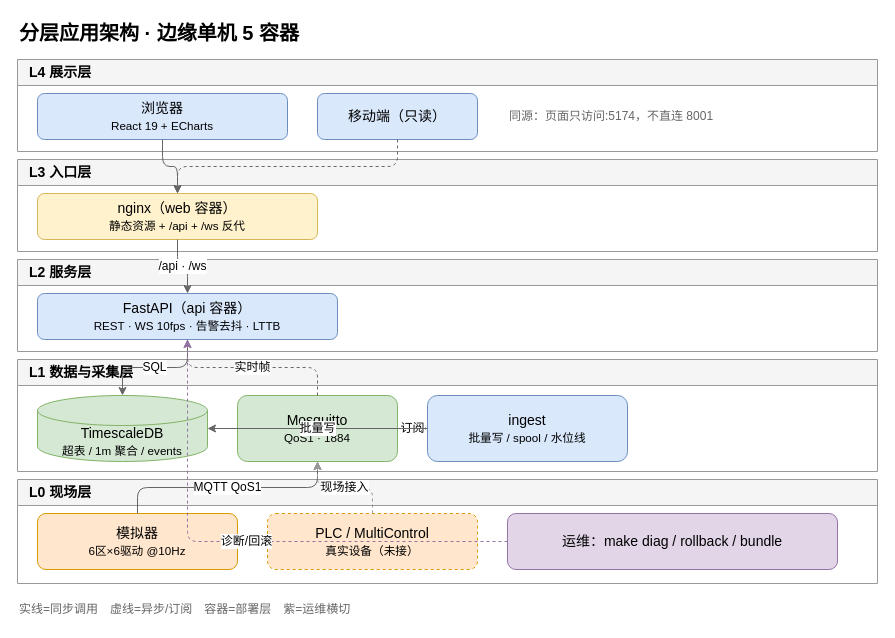
Before: docs/design/diagrams/架构-分层.drawio in wujunyu/Interroll-poc, a draw.io diagram. Source tidied: cells renumbered, new cells numbered last; positions are measured from the earlier drawing's top-left corner, leaving out a move shared by most shapes. Both pictures are drawn from the tidied source at 100%, with x=0, y=0 at pixel (17, 17).
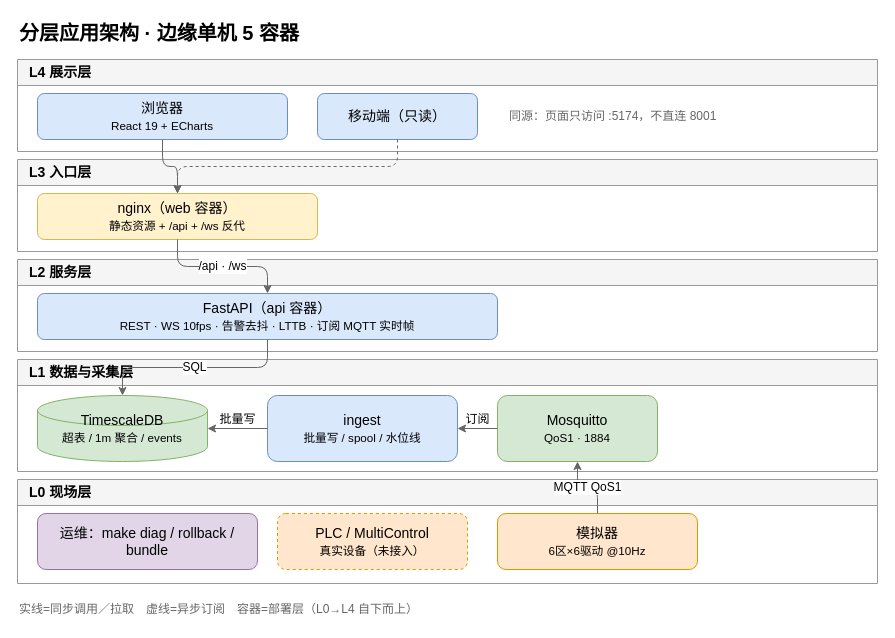
The same diagram, later.

Commit message (it also covers changes not shown here):
docs(diagrams): 两张架构图重新排布 + 导出 PNG，并上传 dufs

Unchanged cells that the change refers to:
```xml
<mxCell id="3" value="L4 展示层" style="swimlane;startSize=26;fillColor=#f5f5f5;strokeColor=#999999;html=1;fontSize=14;fontStyle=1;align=left;spacingLeft=10;verticalAlign=middle;" parent="1" vertex="1">
  <mxGeometry y="42" width="860" height="92" as="geometry" />
</mxCell>
<mxCell id="8" value="nginx（web 容器）&lt;br&gt;&lt;small&gt;静态资源 + /api + /ws 反代&lt;/small&gt;" style="rounded=1;whiteSpace=wrap;html=1;fontSize=14;fillColor=#fff2cc;strokeColor=#d6b656;" parent="7" vertex="1">
  <mxGeometry x="20" y="34" width="280" height="46" as="geometry" />
</mxCell>
<mxCell id="9" value="L2 服务层" style="swimlane;startSize=26;fillColor=#f5f5f5;strokeColor=#999999;html=1;fontSize=14;fontStyle=1;align=left;spacingLeft=10;verticalAlign=middle;" parent="1" vertex="1">
  <mxGeometry y="242" width="860" height="92" as="geometry" />
</mxCell>
<mxCell id="11" value="L1 数据与采集层" style="swimlane;startSize=26;fillColor=#f5f5f5;strokeColor=#999999;html=1;fontSize=14;fontStyle=1;align=left;spacingLeft=10;verticalAlign=middle;" parent="1" vertex="1">
  <mxGeometry y="342" width="860" height="112" as="geometry" />
</mxCell>
<mxCell id="15" value="L0 现场层" style="swimlane;startSize=26;fillColor=#f5f5f5;strokeColor=#999999;html=1;fontSize=14;fontStyle=1;align=left;spacingLeft=10;verticalAlign=middle;" parent="1" vertex="1">
  <mxGeometry y="462" width="860" height="104" as="geometry" />
</mxCell>
```

What changed in the source:
```diff
@@
-    <mxCell id="6" value="同源：页面只访问:5174，不直连 8001" style="text;html=1;fontSize=12;fontColor=#666666;align=left;verticalAlign=middle;" parent="3" vertex="1">
+    <mxCell id="6" value="同源：页面只访问 :5174，不直连 8001" style="text;html=1;fontSize=12;fontColor=#666666;align=left;verticalAlign=middle;" parent="3" vertex="1">
       <mxGeometry x="490" y="34" width="350" height="46" as="geometry" />
     </mxCell>
@@
-    <mxCell id="10" value="FastAPI（api 容器）&lt;br&gt;&lt;small&gt;REST · WS 10fps · 告警去抖 · LTTB&lt;/small&gt;" style="rounded=1;whiteSpace=wrap;html=1;fontSize=14;fillColor=#dae8fc;strokeColor=#6c8ebf;" parent="9" vertex="1">
-      <mxGeometry x="20" y="34" width="300" height="46" as="geometry" />
+    <mxCell id="10" value="FastAPI（api 容器）&lt;br&gt;&lt;small&gt;REST · WS 10fps · 告警去抖 · LTTB · 订阅 MQTT 实时帧&lt;/small&gt;" style="rounded=1;whiteSpace=wrap;html=1;fontSize=14;fillColor=#dae8fc;strokeColor=#6c8ebf;" parent="9" vertex="1">
+      <mxGeometry x="20" y="34" width="460" height="46" as="geometry" />
     </mxCell>
@@
-    <mxCell id="12" value="TimescaleDB&lt;br&gt;&lt;small&gt;超表 / 1m 聚合 / events&lt;/small&gt;" style="shape=cylinder3;whiteSpace=wrap;html=1;fontSize=14;fillColor=#d5e8d4;strokeColor=#82b366;boundedLbl=1;verticalAlign=middle;" parent="11" vertex="1">
+    <mxCell id="12" value="TimescaleDB&lt;br&gt;&lt;small&gt;超表 / 1m 聚合 / events&lt;/small&gt;" style="shape=cylinder3;whiteSpace=wrap;html=1;fontSize=14;fillColor=#d5e8d4;strokeColor=#82b366;" parent="11" vertex="1">
       <mxGeometry x="20" y="36" width="170" height="66" as="geometry" />
     </mxCell>
+    <mxCell id="14" value="ingest&lt;br&gt;&lt;small&gt;批量写 / spool / 水位线&lt;/small&gt;" style="rounded=1;whiteSpace=wrap;html=1;fontSize=14;fillColor=#dae8fc;strokeColor=#6c8ebf;" parent="11" vertex="1">
+      <mxGeometry x="250" y="36" width="190" height="66" as="geometry" />
+    </mxCell>
     <mxCell id="13" value="Mosquitto&lt;br&gt;&lt;small&gt;QoS1 · 1884&lt;/small&gt;" style="rounded=1;whiteSpace=wrap;html=1;fontSize=14;fillColor=#d5e8d4;strokeColor=#82b366;" parent="11" vertex="1">
-      <mxGeometry x="220" y="36" width="160" height="66" as="geometry" />
+      <mxGeometry x="480" y="36" width="160" height="66" as="geometry" />
     </mxCell>
-    <mxCell id="14" value="ingest&lt;br&gt;&lt;small&gt;批量写 / spool / 水位线&lt;/small&gt;" style="rounded=1;whiteSpace=wrap;html=1;fontSize=14;fillColor=#dae8fc;strokeColor=#6c8ebf;" parent="11" vertex="1">
-      <mxGeometry x="410" y="36" width="200" height="66" as="geometry" />
-    </mxCell>
@@
+    <mxCell id="18" value="运维：make diag / rollback / bundle" style="rounded=1;whiteSpace=wrap;html=1;fontSize=14;fillColor=#e1d5e7;strokeColor=#9673a6;" parent="15" vertex="1">
+      <mxGeometry x="20" y="34" width="220" height="56" as="geometry" />
+    </mxCell>
+    <mxCell id="17" value="PLC / MultiControl&lt;br&gt;&lt;small&gt;真实设备（未接入）&lt;/small&gt;" style="rounded=1;whiteSpace=wrap;html=1;fontSize=14;dashed=1;fillColor=#ffe6cc;strokeColor=#d79b00;" parent="15" vertex="1">
+      <mxGeometry x="260" y="34" width="190" height="56" as="geometry" />
+    </mxCell>
     <mxCell id="16" value="模拟器&lt;br&gt;&lt;small&gt;6区×6驱动 @10Hz&lt;/small&gt;" style="rounded=1;whiteSpace=wrap;html=1;fontSize=14;fillColor=#ffe6cc;strokeColor=#d79b00;" parent="15" vertex="1">
-      <mxGeometry x="20" y="34" width="200" height="56" as="geometry" />
+      <mxGeometry x="480" y="34" width="200" height="56" as="geometry" />
     </mxCell>
-    <mxCell id="17" value="PLC / MultiControl&lt;br&gt;&lt;small&gt;真实设备（未接）&lt;/small&gt;" style="rounded=1;whiteSpace=wrap;html=1;fontSize=14;dashed=1;fillColor=#ffe6cc;strokeColor=#d79b00;" parent="15" vertex="1">
-      <mxGeometry x="250" y="34" width="210" height="56" as="geometry" />
-    </mxCell>
-    <mxCell id="18" value="运维：make diag / rollback / bundle" style="rounded=1;whiteSpace=wrap;html=1;fontSize=14;fillColor=#e1d5e7;strokeColor=#9673a6;" parent="15" vertex="1">
-      <mxGeometry x="490" y="34" width="330" height="56" as="geometry" />
-    </mxCell>
@@
-    <mxCell id="21" value="/api · /ws" style="edgeStyle=orthogonalEdgeStyle;rounded=1;html=1;strokeColor=#666666;fontSize=12;" parent="1" edge="1" source="8" target="10">
+    <mxCell id="21" value="/api · /ws" style="edgeStyle=orthogonalEdgeStyle;rounded=1;html=1;strokeColor=#666666;fontSize=12;labelBackgroundColor=default;defaultLabelBackgroundColor=page;labelPlacement=auto;" parent="1" edge="1" source="8" target="10">
       <mxGeometry relative="1" as="geometry" />
     </mxCell>
-    <mxCell id="22" value="SQL" style="edgeStyle=orthogonalEdgeStyle;rounded=1;html=1;strokeColor=#666666;fontSize=12;" parent="1" edge="1" source="10" target="12">
+    <mxCell id="22" value="SQL" style="edgeStyle=orthogonalEdgeStyle;rounded=1;html=1;strokeColor=#666666;fontSize=12;labelBackgroundColor=default;defaultLabelBackgroundColor=page;labelPlacement=auto;" parent="1" edge="1" source="10" target="12">
       <mxGeometry relative="1" as="geometry" />
     </mxCell>
-    <mxCell id="23" value="实时帧" style="edgeStyle=orthogonalEdgeStyle;rounded=1;html=1;strokeColor=#666666;dashed=1;fontSize=12;" parent="1" edge="1" source="13" target="10">
-      <mxGeometry relative="1" as="geometry" />
-    </mxCell>
-    <mxCell id="24" value="订阅" style="edgeStyle=orthogonalEdgeStyle;rounded=1;html=1;strokeColor=#666666;fontSize=12;" parent="1" edge="1" source="13" target="14">
+    <mxCell id="24" value="订阅" style="edgeStyle=orthogonalEdgeStyle;rounded=1;html=1;strokeColor=#666666;fontSize=12;labelBackgroundColor=default;defaultLabelBackgroundColor=page;verticalAlign=bottom;labelPlacement=auto;" parent="11" edge="1" source="13" target="14">
       <mxGeometry relative="1" as="geometry" />
     </mxCell>
-    <mxCell id="25" value="批量写" style="edgeStyle=orthogonalEdgeStyle;rounded=1;html=1;strokeColor=#666666;fontSize=12;" parent="1" edge="1" source="14" target="12">
+    <mxCell id="25" value="批量写" style="edgeStyle=orthogonalEdgeStyle;rounded=1;html=1;strokeColor=#666666;fontSize=12;labelBackgroundColor=default;defaultLabelBackgroundColor=page;verticalAlign=bottom;labelPlacement=auto;" parent="11" edge="1" source="14" target="12">
       <mxGeometry relative="1" as="geometry" />
     </mxCell>
-    <mxCell id="26" value="MQTT QoS1" style="edgeStyle=orthogonalEdgeStyle;rounded=1;html=1;strokeColor=#666666;fontSize=12;" parent="1" edge="1" source="16" target="13">
+    <mxCell id="26" value="MQTT QoS1" style="edgeStyle=orthogonalEdgeStyle;rounded=1;html=1;strokeColor=#666666;fontSize=12;labelBackgroundColor=default;defaultLabelBackgroundColor=page;labelPlacement=auto;" parent="1" edge="1" source="16" target="13">
       <mxGeometry relative="1" as="geometry" />
     </mxCell>
-    <mxCell id="27" value="现场接入" style="edgeStyle=orthogonalEdgeStyle;rounded=1;html=1;strokeColor=#999999;dashed=1;fontSize=12;" parent="1" edge="1" source="17" target="13">
-      <mxGeometry relative="1" as="geometry" />
-    </mxCell>
-    <mxCell id="28" value="诊断/回滚" style="edgeStyle=orthogonalEdgeStyle;rounded=1;html=1;strokeColor=#9673a6;dashed=1;fontSize=12;" parent="1" edge="1" source="18" target="10">
-      <mxGeometry relative="1" as="geometry" />
-    </mxCell>
-    <mxCell id="29" value="实线=同步调用　虚线=异步/订阅　容器=部署层　紫=运维横切" style="text;html=1;fontSize=12;fontColor=#666666;align=left;verticalAlign=middle;" parent="1" vertex="1">
-      <mxGeometry y="580" width="600" height="24" as="geometry" />
+    <mxCell id="29" value="实线=同步调用／拉取　虚线=异步订阅　容器=部署层（L0→L4 自下而上）" style="text;html=1;fontSize=12;fontColor=#666666;align=left;verticalAlign=middle;" parent="1" vertex="1">
+      <mxGeometry y="580" width="700" height="24" as="geometry" />
     </mxCell>
```
